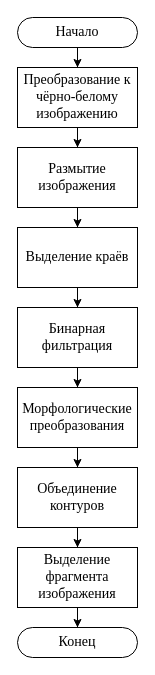
The draw.io diagram diploma/Алгоритм_предобработки.drawio in akulistus/oct-segmentation-model, before the edit. Source tidied: cells renumbered, new cells numbered last; positions are measured from the earlier drawing's top-left corner, leaving out a move shared by most shapes. Both pictures are drawn from the tidied source at 100%, with x=0, y=0 at pixel (17, 17).
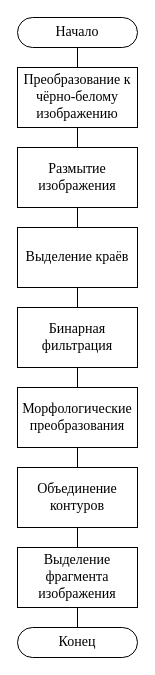
The same page after the edit.

The edit, as a diff of the source:
```diff
@@
 <mxGraphModel>
   <root>
     <mxCell id="0" />
     <mxCell id="1" parent="0" />
-    <mxCell id="2" style="edgeStyle=orthogonalEdgeStyle;rounded=0;jettySize=auto;html=1;entryX=0.5;entryY=0;entryDx=0;entryDy=0;" parent="1" edge="1" source="3" target="5">
+    <mxCell id="2" style="edgeStyle=orthogonalEdgeStyle;rounded=0;jettySize=auto;html=1;entryX=0.5;entryY=0;entryDx=0;entryDy=0;curved=0;endArrow=none;startFill=0;" parent="1" edge="1" source="3" target="5">
       <mxGeometry relative="1" as="geometry" />
     </mxCell>
     <mxCell id="3" value="&lt;font style=&quot;font-size: 14px;&quot; face=&quot;Times New Roman&quot;&gt;Начало&lt;/font&gt;" style="rounded=1;whiteSpace=wrap;html=1;arcSize=50;" parent="1" vertex="1">
       <mxGeometry width="120" height="30" as="geometry" />
     </mxCell>
-    <mxCell id="4" style="edgeStyle=orthogonalEdgeStyle;rounded=0;jettySize=auto;html=1;entryX=0.5;entryY=0;entryDx=0;entryDy=0;" parent="1" edge="1" source="5" target="7">
+    <mxCell id="4" style="edgeStyle=orthogonalEdgeStyle;rounded=0;jettySize=auto;html=1;entryX=0.5;entryY=0;entryDx=0;entryDy=0;endArrow=none;startFill=0;" parent="1" edge="1" source="5" target="7">
       <mxGeometry relative="1" as="geometry" />
     </mxCell>
     <mxCell id="5" value="&lt;font style=&quot;font-size: 14px;&quot; face=&quot;Times New Roman&quot;&gt;Преобразование к чёрно-белому изображению&lt;/font&gt;" style="rounded=0;whiteSpace=wrap;html=1;" parent="1" vertex="1">
       <mxGeometry y="50" width="120" height="60" as="geometry" />
     </mxCell>
-    <mxCell id="6" style="edgeStyle=orthogonalEdgeStyle;rounded=0;jettySize=auto;html=1;entryX=0.5;entryY=0;entryDx=0;entryDy=0;" parent="1" edge="1" source="7" target="9">
+    <mxCell id="6" style="edgeStyle=orthogonalEdgeStyle;rounded=0;jettySize=auto;html=1;entryX=0.5;entryY=0;entryDx=0;entryDy=0;endArrow=none;startFill=0;" parent="1" edge="1" source="7" target="9">
       <mxGeometry relative="1" as="geometry" />
     </mxCell>
     <mxCell id="7" value="&lt;font face=&quot;Times New Roman&quot;&gt;&lt;span style=&quot;font-size: 14px;&quot;&gt;Размытие изображения&lt;/span&gt;&lt;/font&gt;" style="rounded=0;whiteSpace=wrap;html=1;" parent="1" vertex="1">
       <mxGeometry y="130" width="120" height="60" as="geometry" />
     </mxCell>
-    <mxCell id="8" style="edgeStyle=orthogonalEdgeStyle;rounded=0;jettySize=auto;html=1;entryX=0.5;entryY=0;entryDx=0;entryDy=0;" parent="1" edge="1" source="9" target="11">
+    <mxCell id="8" style="edgeStyle=orthogonalEdgeStyle;rounded=0;jettySize=auto;html=1;entryX=0.5;entryY=0;entryDx=0;entryDy=0;endArrow=none;startFill=0;" parent="1" edge="1" source="9" target="11">
       <mxGeometry relative="1" as="geometry" />
     </mxCell>
     <mxCell id="9" value="&lt;font face=&quot;Times New Roman&quot;&gt;&lt;span style=&quot;font-size: 14px;&quot;&gt;Выделение краёв&lt;/span&gt;&lt;/font&gt;" style="rounded=0;whiteSpace=wrap;html=1;" parent="1" vertex="1">
       <mxGeometry y="210" width="120" height="60" as="geometry" />
     </mxCell>
-    <mxCell id="10" style="edgeStyle=orthogonalEdgeStyle;rounded=0;jettySize=auto;html=1;entryX=0.5;entryY=0;entryDx=0;entryDy=0;" parent="1" edge="1" source="11" target="13">
+    <mxCell id="10" style="edgeStyle=orthogonalEdgeStyle;rounded=0;jettySize=auto;html=1;entryX=0.5;entryY=0;entryDx=0;entryDy=0;endArrow=none;startFill=0;" parent="1" edge="1" source="11" target="13">
       <mxGeometry relative="1" as="geometry" />
     </mxCell>
     <mxCell id="11" value="&lt;font face=&quot;Times New Roman&quot;&gt;&lt;span style=&quot;font-size: 14px;&quot;&gt;Бинарная фильтрация&lt;/span&gt;&lt;/font&gt;" style="rounded=0;whiteSpace=wrap;html=1;" parent="1" vertex="1">
       <mxGeometry y="290" width="120" height="60" as="geometry" />
     </mxCell>
-    <mxCell id="12" style="edgeStyle=orthogonalEdgeStyle;rounded=0;jettySize=auto;html=1;entryX=0.5;entryY=0;entryDx=0;entryDy=0;" parent="1" edge="1" source="13" target="15">
+    <mxCell id="12" style="edgeStyle=orthogonalEdgeStyle;rounded=0;jettySize=auto;html=1;entryX=0.5;entryY=0;entryDx=0;entryDy=0;endArrow=none;startFill=0;" parent="1" edge="1" source="13" target="15">
       <mxGeometry relative="1" as="geometry" />
     </mxCell>
     <mxCell id="13" value="&lt;font face=&quot;Times New Roman&quot;&gt;&lt;span style=&quot;font-size: 14px;&quot;&gt;Морфологические преобразования&lt;/span&gt;&lt;/font&gt;" style="rounded=0;whiteSpace=wrap;html=1;" parent="1" vertex="1">
       <mxGeometry y="370" width="120" height="60" as="geometry" />
     </mxCell>
-    <mxCell id="14" style="edgeStyle=orthogonalEdgeStyle;rounded=0;jettySize=auto;html=1;entryX=0.5;entryY=0;entryDx=0;entryDy=0;" parent="1" edge="1" source="15" target="17">
+    <mxCell id="14" style="edgeStyle=orthogonalEdgeStyle;rounded=0;jettySize=auto;html=1;entryX=0.5;entryY=0;entryDx=0;entryDy=0;endArrow=none;startFill=0;" parent="1" edge="1" source="15" target="17">
       <mxGeometry relative="1" as="geometry" />
     </mxCell>
     <mxCell id="15" value="&lt;font face=&quot;Times New Roman&quot;&gt;&lt;span style=&quot;font-size: 14px;&quot;&gt;Объединение контуров&lt;/span&gt;&lt;/font&gt;" style="rounded=0;whiteSpace=wrap;html=1;" parent="1" vertex="1">
       <mxGeometry y="450" width="120" height="60" as="geometry" />
     </mxCell>
-    <mxCell id="16" style="edgeStyle=orthogonalEdgeStyle;rounded=0;jettySize=auto;html=1;entryX=0.5;entryY=0;entryDx=0;entryDy=0;" parent="1" edge="1" source="17" target="18">
+    <mxCell id="16" style="edgeStyle=orthogonalEdgeStyle;rounded=0;jettySize=auto;html=1;entryX=0.5;entryY=0;entryDx=0;entryDy=0;endArrow=none;startFill=0;" parent="1" edge="1" source="17" target="18">
       <mxGeometry relative="1" as="geometry" />
     </mxCell>
     <mxCell id="17" value="&lt;font face=&quot;Times New Roman&quot; style=&quot;font-size: 14px;&quot;&gt;Выделение фрагмента изображения&lt;/font&gt;" style="rounded=0;whiteSpace=wrap;html=1;" parent="1" vertex="1">
       <mxGeometry y="530" width="120" height="60" as="geometry" />
     </mxCell>
     <mxCell id="18" value="&lt;font face=&quot;Times New Roman&quot;&gt;&lt;span style=&quot;font-size: 14px;&quot;&gt;Конец&lt;/span&gt;&lt;/font&gt;" style="rounded=1;whiteSpace=wrap;html=1;arcSize=50;" parent="1" vertex="1">
       <mxGeometry y="610" width="120" height="30" as="geometry" />
     </mxCell>
   </root>
 </mxGraphModel>
```
